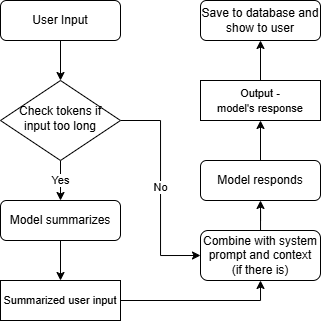
Earlier version of the draw.io export README-assets/flowchart.png (Ahamonuser/local-chatbox). Source tidied: cells renumbered, new cells last; positions are measured from the earlier drawing's top-left corner, leaving out a move shared by most shapes. Source of this version:
```xml
<mxGraphModel>
  <root>
    <mxCell id="0" />
    <mxCell id="1" parent="0" />
    <mxCell id="2" style="edgeStyle=orthogonalEdgeStyle;rounded=0;jettySize=auto;html=1;entryX=0.5;entryY=0;entryDx=0;entryDy=0;" parent="1" edge="1" source="3" target="6">
      <mxGeometry relative="1" as="geometry" />
    </mxCell>
    <mxCell id="3" value="User Input" style="rounded=1;whiteSpace=wrap;html=1;fontSize=12;glass=0;strokeWidth=1;shadow=0;" parent="1" vertex="1">
      <mxGeometry width="120" height="40" as="geometry" />
    </mxCell>
    <mxCell id="4" value="Yes" style="edgeStyle=orthogonalEdgeStyle;rounded=0;jettySize=auto;html=1;exitX=0.5;exitY=1;exitDx=0;exitDy=0;entryX=0.5;entryY=0;entryDx=0;entryDy=0;" parent="1" edge="1" source="6" target="10">
      <mxGeometry relative="1" as="geometry" />
    </mxCell>
    <mxCell id="5" value="No" style="edgeStyle=orthogonalEdgeStyle;rounded=0;jettySize=auto;html=1;exitX=1;exitY=0.5;exitDx=0;exitDy=0;entryX=0;entryY=0.5;entryDx=0;entryDy=0;" parent="1" edge="1" source="6" target="8">
      <mxGeometry relative="1" as="geometry" />
    </mxCell>
    <mxCell id="6" value="&lt;font style=&quot;font-size: 12px;&quot;&gt;Check tokens if input too long&lt;/font&gt;" style="rhombus;whiteSpace=wrap;html=1;shadow=0;fontFamily=Helvetica;fontSize=12;align=center;strokeWidth=1;spacing=6;spacingTop=-4;fillColor=default;fillStyle=auto;" parent="1" vertex="1">
      <mxGeometry y="80" width="120" height="80" as="geometry" />
    </mxCell>
    <mxCell id="7" style="edgeStyle=orthogonalEdgeStyle;rounded=0;jettySize=auto;html=1;entryX=0.5;entryY=1;entryDx=0;entryDy=0;" parent="1" edge="1" source="8" target="13">
      <mxGeometry relative="1" as="geometry" />
    </mxCell>
    <mxCell id="8" value="Combine with system prompt and context&lt;br&gt;(if there is)" style="rounded=1;whiteSpace=wrap;html=1;fontSize=12;glass=0;strokeWidth=1;shadow=0;" parent="1" vertex="1">
      <mxGeometry x="200" y="230" width="120" height="50" as="geometry" />
    </mxCell>
    <mxCell id="9" style="edgeStyle=orthogonalEdgeStyle;rounded=0;jettySize=auto;html=1;entryX=0.5;entryY=0;entryDx=0;entryDy=0;" parent="1" edge="1" source="10" target="16">
      <mxGeometry relative="1" as="geometry" />
    </mxCell>
    <mxCell id="10" value="Model&lt;span style=&quot;background-color: initial;&quot;&gt;&amp;nbsp;summarizes&lt;/span&gt;" style="rounded=1;whiteSpace=wrap;html=1;fontSize=12;glass=0;strokeWidth=1;shadow=0;" parent="1" vertex="1">
      <mxGeometry y="200" width="120" height="40" as="geometry" />
    </mxCell>
    <mxCell id="11" style="edgeStyle=orthogonalEdgeStyle;rounded=0;jettySize=auto;html=1;entryX=0.5;entryY=1;entryDx=0;entryDy=0;exitX=1;exitY=0.5;exitDx=0;exitDy=0;" parent="1" edge="1" source="16" target="8">
      <mxGeometry relative="1" as="geometry" />
    </mxCell>
    <mxCell id="12" style="edgeStyle=orthogonalEdgeStyle;rounded=0;jettySize=auto;html=1;entryX=0.5;entryY=1;entryDx=0;entryDy=0;" parent="1" edge="1" source="13" target="17">
      <mxGeometry relative="1" as="geometry" />
    </mxCell>
    <mxCell id="13" value="Model responds" style="rounded=1;whiteSpace=wrap;html=1;fontSize=12;glass=0;strokeWidth=1;shadow=0;" parent="1" vertex="1">
      <mxGeometry x="200" y="160" width="120" height="40" as="geometry" />
    </mxCell>
    <mxCell id="14" value="Save to database and show to user" style="rounded=1;whiteSpace=wrap;html=1;fontSize=12;glass=0;strokeWidth=1;shadow=0;" parent="1" vertex="1">
      <mxGeometry x="200" width="120" height="40" as="geometry" />
    </mxCell>
    <mxCell id="15" style="edgeStyle=orthogonalEdgeStyle;rounded=0;jettySize=auto;html=1;entryX=0.5;entryY=1;entryDx=0;entryDy=0;exitX=0.5;exitY=0;exitDx=0;exitDy=0;" parent="1" edge="1" source="17" target="14">
      <mxGeometry relative="1" as="geometry" />
    </mxCell>
    <mxCell id="16" value="&lt;span style=&quot;font-size: 11px;&quot;&gt;Summarized user input&lt;/span&gt;" style="rounded=0;whiteSpace=wrap;html=1;" parent="1" vertex="1">
      <mxGeometry y="280" width="120" height="40" as="geometry" />
    </mxCell>
    <mxCell id="17" value="&lt;span style=&quot;font-size: 11px;&quot;&gt;Output - model's&amp;nbsp;response&lt;/span&gt;" style="rounded=0;whiteSpace=wrap;html=1;" parent="1" vertex="1">
      <mxGeometry x="200" y="80" width="120" height="40" as="geometry" />
    </mxCell>
  </root>
</mxGraphModel>
```
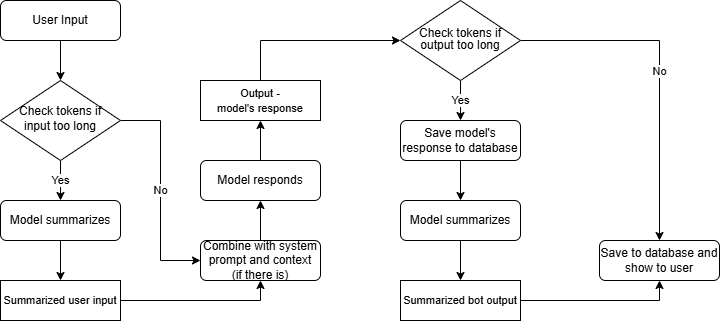
After the commit.

Diff of the diagram source:
```diff
@@ -14,14 +14,14 @@
     <mxCell id="5" value="No" style="edgeStyle=orthogonalEdgeStyle;rounded=0;jettySize=auto;html=1;exitX=1;exitY=0.5;exitDx=0;exitDy=0;entryX=0;entryY=0.5;entryDx=0;entryDy=0;" parent="1" edge="1" source="6" target="8">
       <mxGeometry relative="1" as="geometry" />
     </mxCell>
-    <mxCell id="6" value="&lt;font style=&quot;font-size: 12px;&quot;&gt;Check tokens if input too long&lt;/font&gt;" style="rhombus;whiteSpace=wrap;html=1;shadow=0;fontFamily=Helvetica;fontSize=12;align=center;strokeWidth=1;spacing=6;spacingTop=-4;fillColor=default;fillStyle=auto;" parent="1" vertex="1">
+    <mxCell id="6" value="&lt;font style=&quot;font-size: 12px;&quot;&gt;Check tokens if input too long&lt;/font&gt;" style="rhombus;whiteSpace=wrap;html=1;shadow=0;fontFamily=Helvetica;fontSize=12;align=center;strokeWidth=1;spacing=6;spacingTop=-4;fillColor=default;fillStyle=auto;flipV=0;flipH=1;" parent="1" vertex="1">
       <mxGeometry y="80" width="120" height="80" as="geometry" />
     </mxCell>
     <mxCell id="7" style="edgeStyle=orthogonalEdgeStyle;rounded=0;jettySize=auto;html=1;entryX=0.5;entryY=1;entryDx=0;entryDy=0;" parent="1" edge="1" source="8" target="13">
       <mxGeometry relative="1" as="geometry" />
     </mxCell>
     <mxCell id="8" value="Combine with system prompt and context&lt;br&gt;(if there is)" style="rounded=1;whiteSpace=wrap;html=1;fontSize=12;glass=0;strokeWidth=1;shadow=0;" parent="1" vertex="1">
-      <mxGeometry x="200" y="230" width="120" height="50" as="geometry" />
+      <mxGeometry x="200" y="240" width="120" height="40" as="geometry" />
     </mxCell>
     <mxCell id="9" style="edgeStyle=orthogonalEdgeStyle;rounded=0;jettySize=auto;html=1;entryX=0.5;entryY=0;entryDx=0;entryDy=0;" parent="1" edge="1" source="10" target="16">
       <mxGeometry relative="1" as="geometry" />
@@ -39,9 +39,9 @@
       <mxGeometry x="200" y="160" width="120" height="40" as="geometry" />
     </mxCell>
     <mxCell id="14" value="Save to database and show to user" style="rounded=1;whiteSpace=wrap;html=1;fontSize=12;glass=0;strokeWidth=1;shadow=0;" parent="1" vertex="1">
-      <mxGeometry x="200" width="120" height="40" as="geometry" />
+      <mxGeometry x="599" y="240" width="120" height="40" as="geometry" />
     </mxCell>
-    <mxCell id="15" style="edgeStyle=orthogonalEdgeStyle;rounded=0;jettySize=auto;html=1;entryX=0.5;entryY=1;entryDx=0;entryDy=0;exitX=0.5;exitY=0;exitDx=0;exitDy=0;" parent="1" edge="1" source="17" target="14">
+    <mxCell id="15" style="edgeStyle=orthogonalEdgeStyle;rounded=0;jettySize=auto;html=1;exitX=0.5;exitY=0;exitDx=0;exitDy=0;entryX=0;entryY=0.5;entryDx=0;entryDy=0;" parent="1" edge="1" source="17" target="20">
       <mxGeometry relative="1" as="geometry" />
     </mxCell>
     <mxCell id="16" value="&lt;span style=&quot;font-size: 11px;&quot;&gt;Summarized user input&lt;/span&gt;" style="rounded=0;whiteSpace=wrap;html=1;" parent="1" vertex="1">
@@ -50,5 +50,32 @@
     <mxCell id="17" value="&lt;span style=&quot;font-size: 11px;&quot;&gt;Output - model's&amp;nbsp;response&lt;/span&gt;" style="rounded=0;whiteSpace=wrap;html=1;" parent="1" vertex="1">
       <mxGeometry x="200" y="80" width="120" height="40" as="geometry" />
     </mxCell>
+    <mxCell id="18" value="Yes" style="edgeStyle=orthogonalEdgeStyle;rounded=0;jettySize=auto;html=1;entryX=0.5;entryY=0;entryDx=0;entryDy=0;" parent="1" edge="1" source="20" target="26">
+      <mxGeometry relative="1" as="geometry" />
+    </mxCell>
+    <mxCell id="19" value="No" style="edgeStyle=orthogonalEdgeStyle;rounded=0;jettySize=auto;html=1;entryX=0.5;entryY=0;entryDx=0;entryDy=0;" parent="1" edge="1" source="20" target="14">
+      <mxGeometry relative="1" as="geometry" />
+    </mxCell>
+    <mxCell id="20" value="&lt;div style=&quot;line-height: 100%;&quot;&gt;&lt;span style=&quot;background-color: initial;&quot;&gt;Check tokens if output too long&lt;/span&gt;&lt;/div&gt;" style="rhombus;whiteSpace=wrap;html=1;shadow=0;fontFamily=Helvetica;fontSize=12;align=center;strokeWidth=1;spacing=6;spacingTop=-4;fillColor=default;fillStyle=auto;" parent="1" vertex="1">
+      <mxGeometry x="400" width="120" height="80" as="geometry" />
+    </mxCell>
+    <mxCell id="21" style="edgeStyle=orthogonalEdgeStyle;rounded=0;jettySize=auto;html=1;entryX=0.5;entryY=0;entryDx=0;entryDy=0;" parent="1" edge="1" source="22" target="24">
+      <mxGeometry relative="1" as="geometry" />
+    </mxCell>
+    <mxCell id="22" value="Model&lt;span style=&quot;background-color: initial;&quot;&gt;&amp;nbsp;summarizes&lt;/span&gt;" style="rounded=1;whiteSpace=wrap;html=1;fontSize=12;glass=0;strokeWidth=1;shadow=0;" parent="1" vertex="1">
+      <mxGeometry x="400" y="200" width="120" height="40" as="geometry" />
+    </mxCell>
+    <mxCell id="23" style="edgeStyle=orthogonalEdgeStyle;rounded=0;jettySize=auto;html=1;entryX=0.5;entryY=1;entryDx=0;entryDy=0;" parent="1" edge="1" source="24" target="14">
+      <mxGeometry relative="1" as="geometry" />
+    </mxCell>
+    <mxCell id="24" value="&lt;span style=&quot;font-size: 11px;&quot;&gt;Summarized bot output&lt;/span&gt;" style="rounded=0;whiteSpace=wrap;html=1;" parent="1" vertex="1">
+      <mxGeometry x="400" y="280" width="120" height="40" as="geometry" />
+    </mxCell>
+    <mxCell id="25" style="edgeStyle=orthogonalEdgeStyle;rounded=0;jettySize=auto;html=1;entryX=0.5;entryY=0;entryDx=0;entryDy=0;" parent="1" edge="1" source="26" target="22">
+      <mxGeometry relative="1" as="geometry" />
+    </mxCell>
+    <mxCell id="26" value="Save model's response to database" style="rounded=1;whiteSpace=wrap;html=1;fontSize=12;glass=0;strokeWidth=1;shadow=0;" parent="1" vertex="1">
+      <mxGeometry x="400" y="120" width="120" height="40" as="geometry" />
+    </mxCell>
   </root>
 </mxGraphModel>
```
